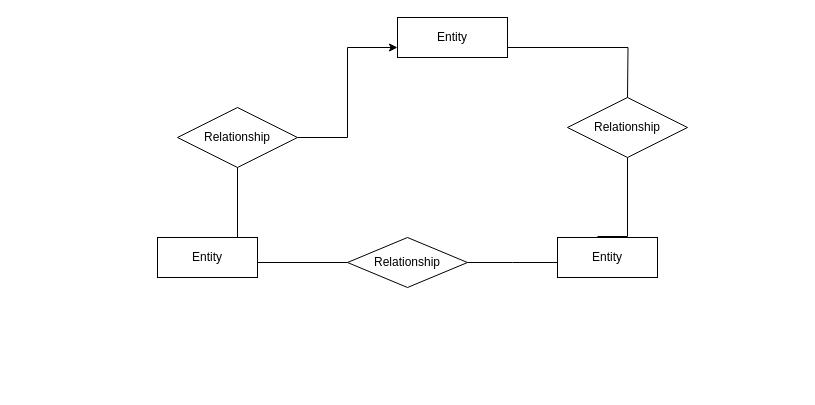
Earlier version of the draw.io diagram Untitled Diagram.drawio (EmmaculatChelangat/gdsc_repo). Source tidied: cells renumbered, new cells numbered last; positions are measured from the earlier drawing's top-left corner, leaving out a move shared by most shapes. Both pictures are drawn from the tidied source at 100%, with x=0, y=0 at pixel (157, 17).
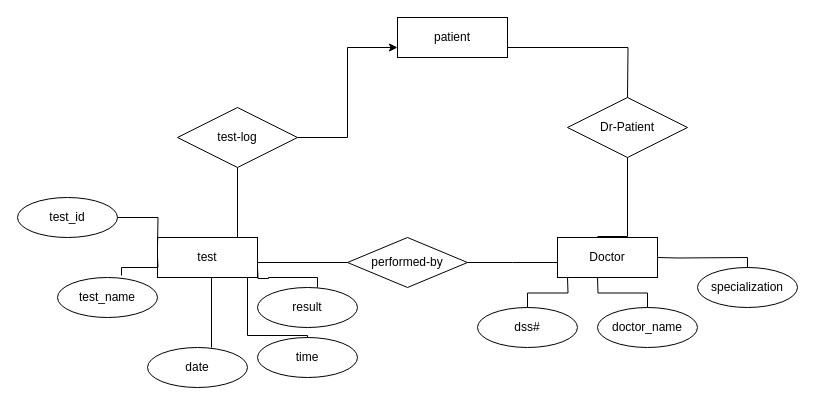
Above is the later version.

What changed in the source:
```diff
@@
-    <mxCell id="2" value="Entity" style="whiteSpace=wrap;html=1;align=center;" parent="1" vertex="1">
+    <mxCell id="2" value="patient" style="whiteSpace=wrap;html=1;align=center;" parent="1" vertex="1">
       <mxGeometry x="240" width="110" height="40" as="geometry" />
     </mxCell>
-    <mxCell id="3" value="Entity" style="whiteSpace=wrap;html=1;align=center;" parent="1" vertex="1">
+    <mxCell id="3" value="test" style="whiteSpace=wrap;html=1;align=center;" parent="1" vertex="1">
       <mxGeometry y="220" width="100" height="40" as="geometry" />
     </mxCell>
-    <mxCell id="4" value="Entity" style="whiteSpace=wrap;html=1;align=center;" parent="1" vertex="1">
+    <mxCell id="4" value="Doctor" style="whiteSpace=wrap;html=1;align=center;" parent="1" vertex="1">
       <mxGeometry x="400" y="220" width="100" height="40" as="geometry" />
     </mxCell>
-    <mxCell id="5" value="Relationship" style="shape=rhombus;perimeter=rhombusPerimeter;whiteSpace=wrap;html=1;align=center;" parent="1" vertex="1">
+    <mxCell id="5" value="performed-by" style="shape=rhombus;perimeter=rhombusPerimeter;whiteSpace=wrap;html=1;align=center;" parent="1" vertex="1">
       <mxGeometry x="190" y="220" width="120" height="50" as="geometry" />
     </mxCell>
@@
-    <mxCell id="7" value="Relationship" style="shape=rhombus;perimeter=rhombusPerimeter;whiteSpace=wrap;html=1;align=center;" parent="1" vertex="1">
+    <mxCell id="7" value="test-log" style="shape=rhombus;perimeter=rhombusPerimeter;whiteSpace=wrap;html=1;align=center;" parent="1" vertex="1">
       <mxGeometry x="20" y="90" width="120" height="60" as="geometry" />
     </mxCell>
-    <mxCell id="8" value="Relationship" style="shape=rhombus;perimeter=rhombusPerimeter;whiteSpace=wrap;html=1;align=center;" parent="1" vertex="1">
+    <mxCell id="8" value="Dr-Patient" style="shape=rhombus;perimeter=rhombusPerimeter;whiteSpace=wrap;html=1;align=center;" parent="1" vertex="1">
       <mxGeometry x="410" y="80" width="120" height="60" as="geometry" />
     </mxCell>
@@
+    <mxCell id="14" value="date" style="ellipse;whiteSpace=wrap;html=1;align=center;" parent="1" vertex="1">
+      <mxGeometry x="-10" y="330" width="100" height="40" as="geometry" />
+    </mxCell>
+    <mxCell id="15" value="time" style="ellipse;whiteSpace=wrap;html=1;align=center;" parent="1" vertex="1">
+      <mxGeometry x="100" y="320" width="100" height="40" as="geometry" />
+    </mxCell>
+    <mxCell id="16" value="test_name" style="ellipse;whiteSpace=wrap;html=1;align=center;" parent="1" vertex="1">
+      <mxGeometry x="-100" y="260" width="100" height="40" as="geometry" />
+    </mxCell>
+    <mxCell id="17" value="test_id" style="ellipse;whiteSpace=wrap;html=1;align=center;" parent="1" vertex="1">
+      <mxGeometry x="-140" y="180" width="100" height="40" as="geometry" />
+    </mxCell>
+    <mxCell id="18" value="result" style="ellipse;whiteSpace=wrap;html=1;align=center;" parent="1" vertex="1">
+      <mxGeometry x="100" y="270" width="100" height="40" as="geometry" />
+    </mxCell>
+    <mxCell id="19" style="endArrow=none;html=1;rounded=0;edgeStyle=orthogonalEdgeStyle;exitX=0.64;exitY=-0.05;exitDx=0;exitDy=0;exitPerimeter=0;" parent="1" edge="1" source="16">
+      <mxGeometry relative="1" as="geometry">
+        <mxPoint y="240" as="targetPoint" />
+      </mxGeometry>
+    </mxCell>
+    <mxCell id="20" style="endArrow=none;html=1;rounded=0;edgeStyle=orthogonalEdgeStyle;" parent="1" edge="1" source="17">
+      <mxGeometry relative="1" as="geometry">
+        <mxPoint y="230" as="targetPoint" />
+      </mxGeometry>
+    </mxCell>
+    <mxCell id="21" style="endArrow=none;html=1;rounded=0;edgeStyle=orthogonalEdgeStyle;" parent="1" edge="1">
+      <mxGeometry relative="1" as="geometry">
+        <mxPoint x="10" y="260" as="sourcePoint" />
+        <mxPoint x="54" y="330" as="targetPoint" />
+        <Array as="points">
+          <mxPoint x="54" y="260" />
+        </Array>
+      </mxGeometry>
+    </mxCell>
+    <mxCell id="22" style="endArrow=none;html=1;rounded=0;edgeStyle=orthogonalEdgeStyle;entryX=0.6;entryY=0;entryDx=0;entryDy=0;entryPerimeter=0;" parent="1" edge="1" target="18">
+      <mxGeometry relative="1" as="geometry">
+        <mxPoint x="100" y="250" as="sourcePoint" />
+      </mxGeometry>
+    </mxCell>
+    <mxCell id="23" style="endArrow=none;html=1;rounded=0;edgeStyle=orthogonalEdgeStyle;" parent="1" edge="1" target="15">
+      <mxGeometry relative="1" as="geometry">
+        <mxPoint x="60" y="260" as="sourcePoint" />
+        <Array as="points">
+          <mxPoint x="90" y="260" />
+          <mxPoint x="90" y="318" />
+          <mxPoint x="150" y="318" />
+        </Array>
+      </mxGeometry>
+    </mxCell>
+    <mxCell id="24" value="dss#" style="ellipse;whiteSpace=wrap;html=1;align=center;" parent="1" vertex="1">
+      <mxGeometry x="320" y="290" width="100" height="40" as="geometry" />
+    </mxCell>
+    <mxCell id="25" value="doctor_name" style="ellipse;whiteSpace=wrap;html=1;align=center;" parent="1" vertex="1">
+      <mxGeometry x="440" y="290" width="100" height="40" as="geometry" />
+    </mxCell>
+    <mxCell id="26" value="specialization" style="ellipse;whiteSpace=wrap;html=1;align=center;" parent="1" vertex="1">
+      <mxGeometry x="540" y="250" width="100" height="40" as="geometry" />
+    </mxCell>
+    <mxCell id="27" style="endArrow=none;html=1;rounded=0;edgeStyle=orthogonalEdgeStyle;entryX=0.5;entryY=0;entryDx=0;entryDy=0;" parent="1" edge="1" target="26">
+      <mxGeometry relative="1" as="geometry">
+        <mxPoint x="500" y="240" as="sourcePoint" />
+      </mxGeometry>
+    </mxCell>
+    <mxCell id="28" style="endArrow=none;html=1;rounded=0;edgeStyle=orthogonalEdgeStyle;" parent="1" edge="1" source="25">
+      <mxGeometry relative="1" as="geometry">
+        <mxPoint x="440" y="260" as="targetPoint" />
+      </mxGeometry>
+    </mxCell>
+    <mxCell id="29" style="endArrow=none;html=1;rounded=0;edgeStyle=orthogonalEdgeStyle;exitX=0.5;exitY=0;exitDx=0;exitDy=0;" parent="1" edge="1" source="24">
+      <mxGeometry relative="1" as="geometry">
+        <mxPoint x="410" y="260" as="targetPoint" />
+      </mxGeometry>
+    </mxCell>
```
